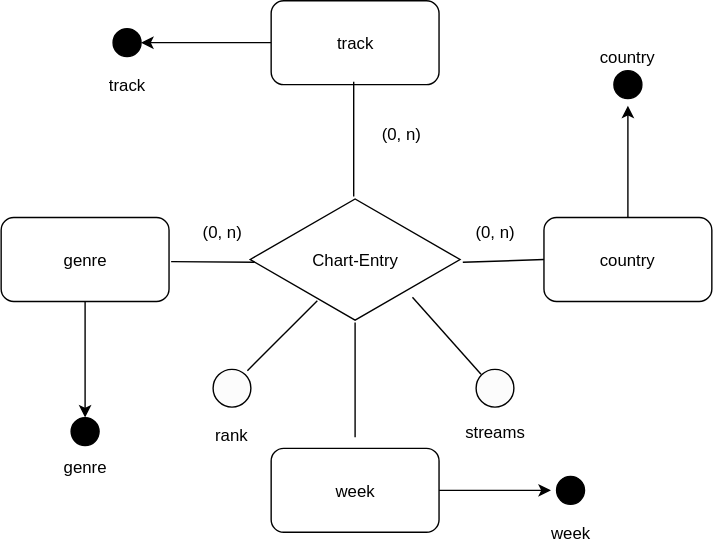
This is figures/ER1.svg from AlexChanson/DW, a draw.io export, as it was before one commit. Source tidied: cells renumbered, new cells last; positions are measured from the earlier drawing's top-left corner, leaving out a move shared by most shapes.
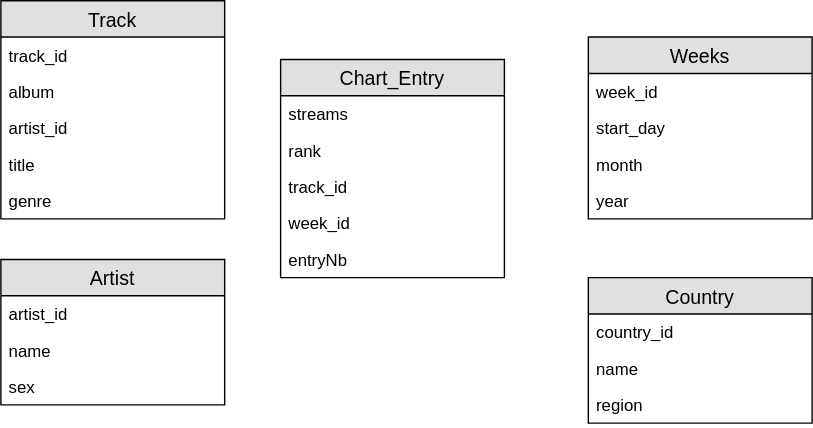
Later version of the same file.

Change to the diagram source:
```diff
@@ -2,110 +2,80 @@
   <root>
     <mxCell id="0" />
     <mxCell id="1" parent="0" />
-    <mxCell id="2" value="Chart-Entry" style="html=1;whiteSpace=wrap;shape=isoRectangle;fillColor=#FFFFFF;" parent="1" vertex="1">
-      <mxGeometry x="178" y="140" width="150" height="90" as="geometry" />
-    </mxCell>
-    <mxCell id="3" style="edgeStyle=orthogonalEdgeStyle;rounded=0;html=1;jettySize=auto;" parent="1" edge="1" source="4" target="11">
-      <mxGeometry relative="1" as="geometry" />
-    </mxCell>
-    <mxCell id="4" value="genre" style="rounded=1;whiteSpace=wrap;html=1;fillColor=#FFFFFF;" parent="1" vertex="1">
-      <mxGeometry y="155" width="120" height="60" as="geometry" />
-    </mxCell>
-    <mxCell id="5" style="edgeStyle=orthogonalEdgeStyle;rounded=0;html=1;jettySize=auto;entryX=0.5;entryY=0;" parent="1" edge="1" source="6" target="12">
-      <mxGeometry relative="1" as="geometry" />
-    </mxCell>
-    <mxCell id="6" value="track" style="rounded=1;whiteSpace=wrap;html=1;fillColor=#FFFFFF;" parent="1" vertex="1">
-      <mxGeometry x="193" width="120" height="60" as="geometry" />
-    </mxCell>
-    <mxCell id="7" style="edgeStyle=orthogonalEdgeStyle;rounded=0;html=1;jettySize=auto;" parent="1" edge="1" source="8">
-      <mxGeometry relative="1" as="geometry">
-        <mxPoint x="393" y="350" as="targetPoint" />
-      </mxGeometry>
-    </mxCell>
-    <mxCell id="8" value="week" style="rounded=1;whiteSpace=wrap;html=1;fillColor=#FFFFFF;" parent="1" vertex="1">
-      <mxGeometry x="193" y="320" width="120" height="60" as="geometry" />
-    </mxCell>
-    <mxCell id="9" style="edgeStyle=orthogonalEdgeStyle;rounded=0;html=1;jettySize=auto;" parent="1" edge="1" source="10">
-      <mxGeometry relative="1" as="geometry">
-        <mxPoint x="448" y="75" as="targetPoint" />
-      </mxGeometry>
-    </mxCell>
-    <mxCell id="10" value="country" style="rounded=1;whiteSpace=wrap;html=1;fillColor=#FFFFFF;" parent="1" vertex="1">
-      <mxGeometry x="388" y="155" width="120" height="60" as="geometry" />
-    </mxCell>
-    <mxCell id="11" style="ellipse;shape=doubleEllipse;whiteSpace=wrap;html=1;fillColor=#000000;direction=south;" parent="1" vertex="1">
-      <mxGeometry x="50" y="298" width="20" height="20" as="geometry" />
-    </mxCell>
-    <mxCell id="12" style="ellipse;shape=doubleEllipse;whiteSpace=wrap;html=1;fillColor=#000000;direction=south;" parent="1" vertex="1">
-      <mxGeometry x="80" y="20" width="20" height="20" as="geometry" />
-    </mxCell>
-    <mxCell id="13" style="ellipse;shape=doubleEllipse;whiteSpace=wrap;html=1;fillColor=#000000;direction=south;" parent="1" vertex="1">
-      <mxGeometry x="438" y="50" width="20" height="20" as="geometry" />
-    </mxCell>
-    <mxCell id="14" style="ellipse;shape=doubleEllipse;whiteSpace=wrap;html=1;fillColor=#000000;direction=south;" parent="1" vertex="1">
-      <mxGeometry x="397" y="340" width="20" height="20" as="geometry" />
-    </mxCell>
-    <mxCell id="15" value="track" style="text;html=1;strokeColor=none;fillColor=none;align=center;verticalAlign=middle;whiteSpace=wrap;rounded=0;" parent="1" vertex="1">
-      <mxGeometry x="70" y="50" width="40" height="20" as="geometry" />
-    </mxCell>
-    <mxCell id="16" value="genre" style="text;html=1;strokeColor=none;fillColor=none;align=center;verticalAlign=middle;whiteSpace=wrap;rounded=0;" parent="1" vertex="1">
-      <mxGeometry x="40" y="323" width="40" height="20" as="geometry" />
-    </mxCell>
-    <mxCell id="17" value="week" style="text;html=1;strokeColor=none;fillColor=none;align=center;verticalAlign=middle;whiteSpace=wrap;rounded=0;" parent="1" vertex="1">
-      <mxGeometry x="387" y="370" width="40" height="20" as="geometry" />
-    </mxCell>
-    <mxCell id="18" value="country" style="text;html=1;strokeColor=none;fillColor=none;align=center;verticalAlign=middle;whiteSpace=wrap;rounded=0;" parent="1" vertex="1">
-      <mxGeometry x="428" y="30" width="40" height="20" as="geometry" />
-    </mxCell>
-    <mxCell id="19" style="ellipse;whiteSpace=wrap;html=1;fillColor=#FCFCFC;" parent="1" vertex="1">
-      <mxGeometry x="339.5" y="263.5" width="27" height="27" as="geometry" />
-    </mxCell>
-    <mxCell id="20" style="ellipse;whiteSpace=wrap;html=1;fillColor=#FCFCFC;" parent="1" vertex="1">
-      <mxGeometry x="151" y="263.5" width="27" height="27" as="geometry" />
-    </mxCell>
-    <mxCell id="21" style="endArrow=none;html=1;" parent="1" edge="1">
-      <mxGeometry relative="1" as="geometry">
-        <mxPoint x="176" y="264.5" as="sourcePoint" />
-        <mxPoint x="226" y="214.5" as="targetPoint" />
-      </mxGeometry>
-    </mxCell>
-    <mxCell id="22" style="endArrow=none;html=1;entryX=0.773;entryY=0.8;entryPerimeter=0;exitX=0;exitY=0;" parent="1" edge="1" source="19" target="2">
-      <mxGeometry relative="1" as="geometry" />
-    </mxCell>
+    <mxCell id="31" value="Chart_Entry" style="swimlane;fontStyle=0;horizontal=1;startSize=26;fillColor=#e0e0e0;swimlaneFillColor=#ffffff;align=center;fontSize=14;" parent="1" vertex="1">
+      <mxGeometry x="333" y="155" width="160" height="156" as="geometry" />
+    </mxCell>
+    <mxCell id="24" value="streams" style="text;strokeColor=none;fillColor=none;spacingLeft=4;spacingRight=4;overflow=hidden;fontSize=12;" parent="31" vertex="1">
+      <mxGeometry y="26" width="160" height="26" as="geometry" />
+    </mxCell>
-    <mxCell id="23" value="rank" style="text;html=1;strokeColor=none;fillColor=none;align=center;verticalAlign=middle;whiteSpace=wrap;rounded=0;" parent="1" vertex="1">
-      <mxGeometry x="144.5" y="300" width="40" height="20" as="geometry" />
+    <mxCell id="23" value="rank" style="text;strokeColor=none;fillColor=none;spacingLeft=4;spacingRight=4;overflow=hidden;fontSize=12;" parent="31" vertex="1">
+      <mxGeometry y="52" width="160" height="26" as="geometry" />
     </mxCell>
-    <mxCell id="24" value="streams" style="text;html=1;strokeColor=none;fillColor=none;align=center;verticalAlign=middle;whiteSpace=wrap;rounded=0;" parent="1" vertex="1">
-      <mxGeometry x="333" y="298" width="40" height="20" as="geometry" />
-    </mxCell>
-    <mxCell id="25" style="endArrow=none;html=1;exitX=0.5;exitY=0.022;exitPerimeter=0;entryX=0.5;entryY=1;" parent="1" edge="1">
-      <mxGeometry relative="1" as="geometry">
-        <mxPoint x="252" y="140" as="sourcePoint" />
-        <mxPoint x="252" y="58" as="targetPoint" />
-      </mxGeometry>
-    </mxCell>
-    <mxCell id="26" style="endArrow=none;html=1;exitX=0.5;exitY=0.022;exitPerimeter=0;entryX=0.5;entryY=1;" parent="1" edge="1">
-      <mxGeometry relative="1" as="geometry">
-        <mxPoint x="253" y="312" as="sourcePoint" />
-        <mxPoint x="253" y="230" as="targetPoint" />
-      </mxGeometry>
-    </mxCell>
-    <mxCell id="27" style="endArrow=none;html=1;exitX=1.01;exitY=0.517;exitPerimeter=0;entryX=0;entryY=0.5;" parent="1" edge="1" source="2" target="10">
-      <mxGeometry relative="1" as="geometry" />
-    </mxCell>
-    <mxCell id="28" style="endArrow=none;html=1;entryX=0.023;entryY=0.517;entryPerimeter=0;" parent="1" edge="1" target="2">
-      <mxGeometry relative="1" as="geometry">
-        <mxPoint x="121.5" y="186.5" as="sourcePoint" />
-      </mxGeometry>
-    </mxCell>
-    <mxCell id="29" value="(0, n)" style="text;html=1;strokeColor=none;fillColor=none;align=center;verticalAlign=middle;whiteSpace=wrap;rounded=0;" parent="1" vertex="1">
-      <mxGeometry x="138" y="155" width="40" height="20" as="geometry" />
-    </mxCell>
-    <mxCell id="30" value="(0, n)" style="text;html=1;strokeColor=none;fillColor=none;align=center;verticalAlign=middle;whiteSpace=wrap;rounded=0;" parent="1" vertex="1">
-      <mxGeometry x="265.5" y="85" width="40" height="20" as="geometry" />
-    </mxCell>
-    <mxCell id="31" value="(0, n)" style="text;html=1;strokeColor=none;fillColor=none;align=center;verticalAlign=middle;whiteSpace=wrap;rounded=0;" parent="1" vertex="1">
-      <mxGeometry x="333" y="155" width="40" height="20" as="geometry" />
-    </mxCell>
+    <mxCell id="32" value="track_id" style="text;strokeColor=none;fillColor=none;spacingLeft=4;spacingRight=4;overflow=hidden;fontSize=12;" parent="31" vertex="1">
+      <mxGeometry y="78" width="160" height="26" as="geometry" />
+    </mxCell>
+    <mxCell id="33" value="week_id" style="text;strokeColor=none;fillColor=none;spacingLeft=4;spacingRight=4;overflow=hidden;fontSize=12;" parent="31" vertex="1">
+      <mxGeometry y="104" width="160" height="26" as="geometry" />
+    </mxCell>
+    <mxCell id="34" value="entryNb" style="text;strokeColor=none;fillColor=none;spacingLeft=4;spacingRight=4;overflow=hidden;fontSize=12;" parent="31" vertex="1">
+      <mxGeometry y="130" width="160" height="26" as="geometry" />
+    </mxCell>
+    <mxCell id="35" value="Track" style="swimlane;fontStyle=0;horizontal=1;startSize=26;fillColor=#e0e0e0;swimlaneFillColor=#ffffff;align=center;fontSize=14;" parent="1" vertex="1">
+      <mxGeometry x="133" y="113" width="160" height="156" as="geometry" />
+    </mxCell>
+    <mxCell id="36" value="track_id" style="text;strokeColor=none;fillColor=none;spacingLeft=4;spacingRight=4;overflow=hidden;fontSize=12;" parent="35" vertex="1">
+      <mxGeometry y="26" width="160" height="26" as="geometry" />
+    </mxCell>
+    <mxCell id="37" value="album" style="text;strokeColor=none;fillColor=none;spacingLeft=4;spacingRight=4;overflow=hidden;fontSize=12;" parent="35" vertex="1">
+      <mxGeometry y="52" width="160" height="26" as="geometry" />
+    </mxCell>
+    <mxCell id="38" value="artist_id" style="text;strokeColor=none;fillColor=none;spacingLeft=4;spacingRight=4;overflow=hidden;fontSize=12;" parent="35" vertex="1">
+      <mxGeometry y="78" width="160" height="26" as="geometry" />
+    </mxCell>
+    <mxCell id="39" value="title" style="text;strokeColor=none;fillColor=none;spacingLeft=4;spacingRight=4;overflow=hidden;fontSize=12;fontFamily=Helvetica;fontColor=#000000;align=left;gradientColor=none;" parent="35" vertex="1">
+      <mxGeometry y="104" width="160" height="26" as="geometry" />
+    </mxCell>
+    <mxCell id="40" value="genre" style="text;strokeColor=none;fillColor=none;spacingLeft=4;spacingRight=4;overflow=hidden;fontSize=12;" parent="35" vertex="1">
+      <mxGeometry y="130" width="160" height="26" as="geometry" />
+    </mxCell>
+    <mxCell id="41" value="Artist" style="swimlane;fontStyle=0;horizontal=1;startSize=26;fillColor=#e0e0e0;swimlaneFillColor=#ffffff;align=center;fontSize=14;" parent="1" vertex="1">
+      <mxGeometry x="133" y="298" width="160" height="104" as="geometry" />
+    </mxCell>
+    <mxCell id="42" value="artist_id" style="text;strokeColor=none;fillColor=none;spacingLeft=4;spacingRight=4;overflow=hidden;fontSize=12;" parent="41" vertex="1">
+      <mxGeometry y="26" width="160" height="26" as="geometry" />
+    </mxCell>
+    <mxCell id="43" value="name" style="text;strokeColor=none;fillColor=none;spacingLeft=4;spacingRight=4;overflow=hidden;fontSize=12;" parent="41" vertex="1">
+      <mxGeometry y="52" width="160" height="26" as="geometry" />
+    </mxCell>
+    <mxCell id="44" value="sex" style="text;strokeColor=none;fillColor=none;spacingLeft=4;spacingRight=4;overflow=hidden;fontSize=12;" parent="41" vertex="1">
+      <mxGeometry y="78" width="160" height="26" as="geometry" />
+    </mxCell>
+    <mxCell id="45" value="Country" style="swimlane;fontStyle=0;horizontal=1;startSize=26;fillColor=#e0e0e0;swimlaneFillColor=#ffffff;align=center;fontSize=14;" parent="1" vertex="1">
+      <mxGeometry x="553" y="311" width="160" height="104" as="geometry" />
+    </mxCell>
+    <mxCell id="46" value="country_id" style="text;strokeColor=none;fillColor=none;spacingLeft=4;spacingRight=4;overflow=hidden;fontSize=12;" parent="45" vertex="1">
+      <mxGeometry y="26" width="160" height="26" as="geometry" />
+    </mxCell>
+    <mxCell id="47" value="name" style="text;strokeColor=none;fillColor=none;spacingLeft=4;spacingRight=4;overflow=hidden;fontSize=12;" parent="45" vertex="1">
+      <mxGeometry y="52" width="160" height="26" as="geometry" />
+    </mxCell>
+    <mxCell id="48" value="region" style="text;strokeColor=none;fillColor=none;spacingLeft=4;spacingRight=4;overflow=hidden;fontSize=12;" parent="45" vertex="1">
+      <mxGeometry y="78" width="160" height="26" as="geometry" />
+    </mxCell>
+    <mxCell id="49" value="Weeks" style="swimlane;fontStyle=0;horizontal=1;startSize=26;fillColor=#e0e0e0;swimlaneFillColor=#ffffff;align=center;fontSize=14;" parent="1" vertex="1">
+      <mxGeometry x="553" y="139" width="160" height="130" as="geometry" />
+    </mxCell>
+    <mxCell id="50" value="week_id" style="text;strokeColor=none;fillColor=none;spacingLeft=4;spacingRight=4;overflow=hidden;fontSize=12;" parent="49" vertex="1">
+      <mxGeometry y="26" width="160" height="26" as="geometry" />
+    </mxCell>
+    <mxCell id="51" value="start_day" style="text;strokeColor=none;fillColor=none;spacingLeft=4;spacingRight=4;overflow=hidden;fontSize=12;" parent="49" vertex="1">
+      <mxGeometry y="52" width="160" height="26" as="geometry" />
+    </mxCell>
+    <mxCell id="52" value="month" style="text;strokeColor=none;fillColor=none;spacingLeft=4;spacingRight=4;overflow=hidden;fontSize=12;" parent="49" vertex="1">
+      <mxGeometry y="78" width="160" height="26" as="geometry" />
+    </mxCell>
+    <mxCell id="53" value="year" style="text;strokeColor=none;fillColor=none;spacingLeft=4;spacingRight=4;overflow=hidden;fontSize=12;" parent="49" vertex="1">
+      <mxGeometry y="104" width="160" height="26" as="geometry" />
+    </mxCell>
   </root>
 </mxGraphModel>
```
